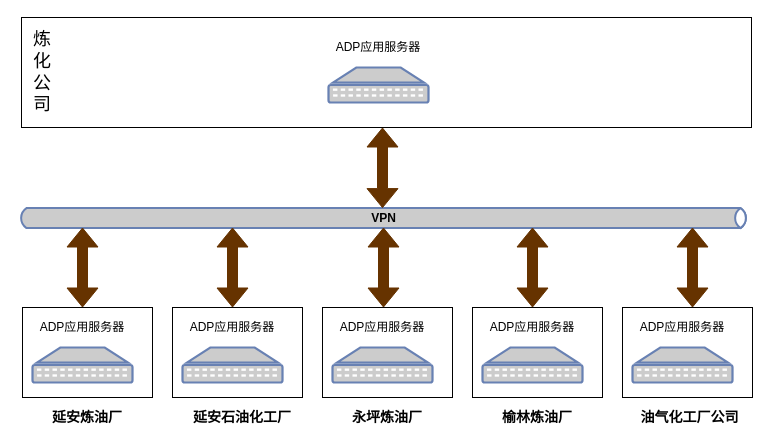
Before: supfusion/延长石油/数据流程图.drawio in publisherfk/diagrams, a draw.io diagram. Source tidied: cells renumbered, new cells numbered last; positions are measured from the earlier drawing's top-left corner, leaving out a move shared by most shapes. Both pictures are drawn from the tidied source at 100%, with x=0, y=0 at pixel (18, 17).
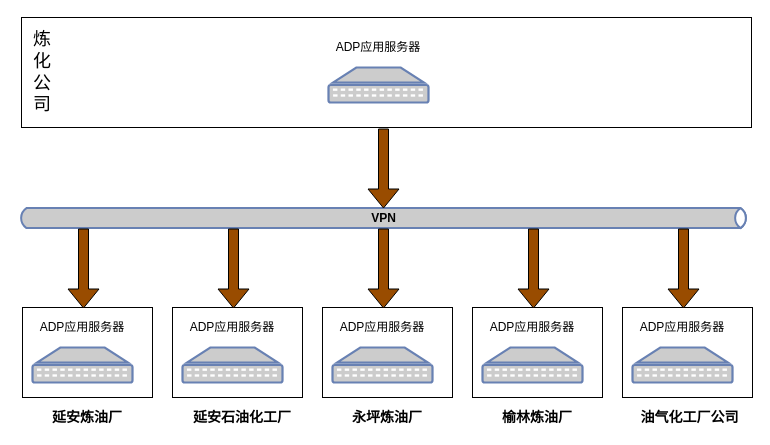
The same diagram, later.

Commit message:
Update 数据流程图.drawio

Diff of the diagram source:
```diff
@@
-    <mxCell id="8" style="shape=flexArrow;endArrow=classic;startArrow=classic;html=1;entryX=0.5;entryY=1;entryDx=0;entryDy=0;strokeColor=#663300;fillColor=#663300;" parent="1" edge="1">
-      <mxGeometry relative="1" as="geometry">
-        <mxPoint x="364" y="190.6" as="sourcePoint" />
-        <mxPoint x="364" y="110" as="targetPoint" />
-      </mxGeometry>
-    </mxCell>
@@
-    <mxCell id="28" style="shape=flexArrow;endArrow=classic;startArrow=classic;html=1;entryX=0.5;entryY=1;entryDx=0;entryDy=0;strokeColor=#663300;fillColor=#663300;" parent="1" edge="1">
-      <mxGeometry relative="1" as="geometry">
-        <mxPoint x="64" y="290" as="sourcePoint" />
-        <mxPoint x="64" y="210" as="targetPoint" />
-      </mxGeometry>
-    </mxCell>
-    <mxCell id="29" style="shape=flexArrow;endArrow=classic;startArrow=classic;html=1;entryX=0.5;entryY=1;entryDx=0;entryDy=0;strokeColor=#663300;fillColor=#663300;" parent="1" edge="1">
-      <mxGeometry relative="1" as="geometry">
-        <mxPoint x="214" y="290" as="sourcePoint" />
-        <mxPoint x="214" y="210" as="targetPoint" />
-      </mxGeometry>
-    </mxCell>
-    <mxCell id="30" style="shape=flexArrow;endArrow=classic;startArrow=classic;html=1;entryX=0.5;entryY=1;entryDx=0;entryDy=0;strokeColor=#663300;fillColor=#663300;" parent="1" edge="1">
-      <mxGeometry relative="1" as="geometry">
-        <mxPoint x="365" y="290" as="sourcePoint" />
-        <mxPoint x="365" y="210" as="targetPoint" />
-      </mxGeometry>
-    </mxCell>
-    <mxCell id="31" style="shape=flexArrow;endArrow=classic;startArrow=classic;html=1;entryX=0.5;entryY=1;entryDx=0;entryDy=0;strokeColor=#663300;fillColor=#663300;" parent="1" edge="1">
-      <mxGeometry relative="1" as="geometry">
-        <mxPoint x="514" y="290" as="sourcePoint" />
-        <mxPoint x="514" y="210" as="targetPoint" />
-      </mxGeometry>
-    </mxCell>
-    <mxCell id="32" style="shape=flexArrow;endArrow=classic;startArrow=classic;html=1;entryX=0.5;entryY=1;entryDx=0;entryDy=0;strokeColor=#663300;fillColor=#663300;" parent="1" edge="1">
-      <mxGeometry relative="1" as="geometry">
-        <mxPoint x="674" y="290" as="sourcePoint" />
-        <mxPoint x="674" y="210" as="targetPoint" />
-      </mxGeometry>
-    </mxCell>
+    <mxCell id="33" style="shape=flexArrow;endArrow=classic;html=1;fillColor=#994C00;" parent="1" edge="1">
+      <mxGeometry relative="1" as="geometry">
+        <mxPoint x="365" y="111" as="sourcePoint" />
+        <mxPoint x="365" y="191" as="targetPoint" />
+      </mxGeometry>
+    </mxCell>
+    <mxCell id="34" style="shape=flexArrow;endArrow=classic;html=1;fillColor=#994C00;" parent="1" edge="1">
+      <mxGeometry relative="1" as="geometry">
+        <mxPoint x="365" y="211" as="sourcePoint" />
+        <mxPoint x="365" y="291" as="targetPoint" />
+      </mxGeometry>
+    </mxCell>
+    <mxCell id="35" style="shape=flexArrow;endArrow=classic;html=1;fillColor=#994C00;" parent="1" edge="1">
+      <mxGeometry relative="1" as="geometry">
+        <mxPoint x="515" y="211" as="sourcePoint" />
+        <mxPoint x="515" y="291" as="targetPoint" />
+      </mxGeometry>
+    </mxCell>
+    <mxCell id="36" style="shape=flexArrow;endArrow=classic;html=1;fillColor=#994C00;" parent="1" edge="1">
+      <mxGeometry relative="1" as="geometry">
+        <mxPoint x="665" y="211" as="sourcePoint" />
+        <mxPoint x="665" y="291" as="targetPoint" />
+      </mxGeometry>
+    </mxCell>
+    <mxCell id="37" style="shape=flexArrow;endArrow=classic;html=1;fillColor=#994C00;" parent="1" edge="1">
+      <mxGeometry relative="1" as="geometry">
+        <mxPoint x="65" y="211" as="sourcePoint" />
+        <mxPoint x="65" y="291" as="targetPoint" />
+      </mxGeometry>
+    </mxCell>
+    <mxCell id="38" style="shape=flexArrow;endArrow=classic;html=1;fillColor=#994C00;" parent="1" edge="1">
+      <mxGeometry relative="1" as="geometry">
+        <mxPoint x="215" y="211" as="sourcePoint" />
+        <mxPoint x="215" y="291" as="targetPoint" />
+      </mxGeometry>
+    </mxCell>
```
